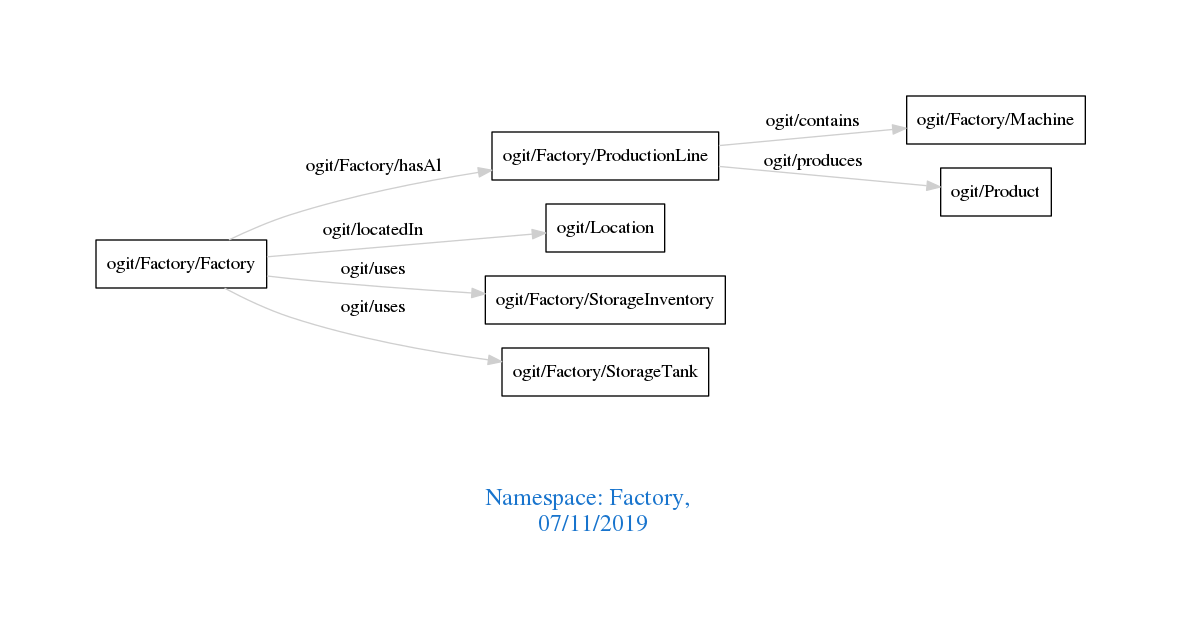
arago/OGIT keeps this Graphviz diagram as downloads/Factory.png. Above is the earlier version. Its source is kept beside it as downloads/Factory.dot.
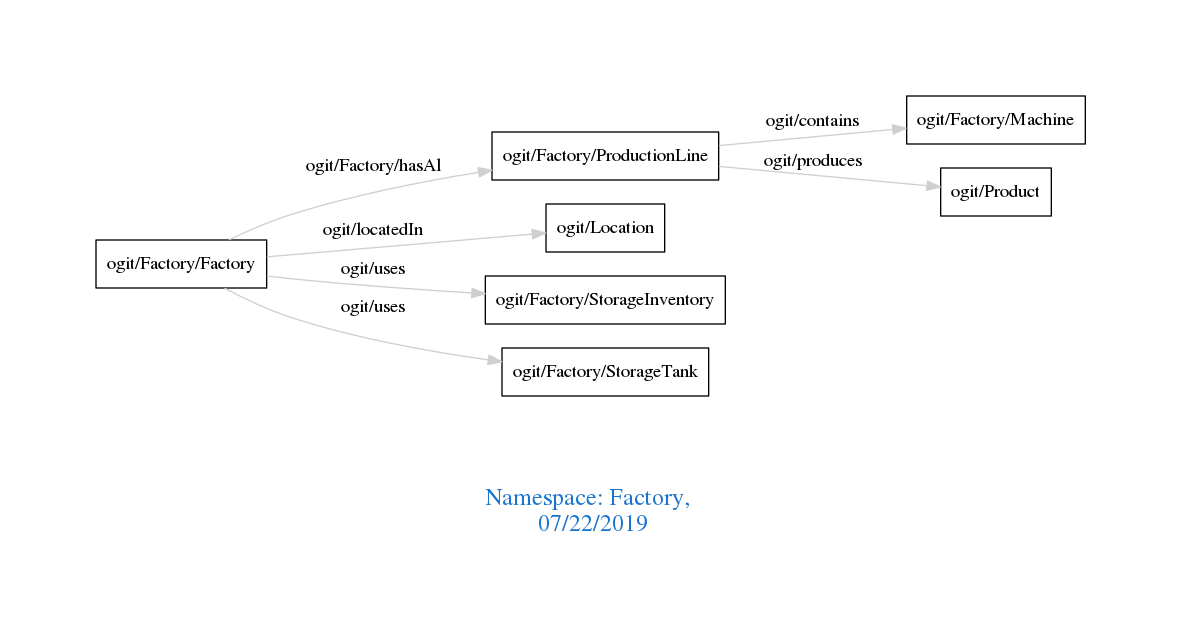
After the commit.

What changed in the source:
```diff
@@ -1,7 +1,7 @@
 digraph OGIT_ontology {
  graph [ rankdir= LR,pad=1
 fontsize = 18,
-fontcolor= dodgerblue3,label = "\n\n\nNamespace: Factory, \n 07/11/2019"];
+fontcolor= dodgerblue3,label = "\n\n\nNamespace: Factory, \n 07/22/2019"];
 node[shape=polygon];
 edge [  color="gray81"];
 
```
